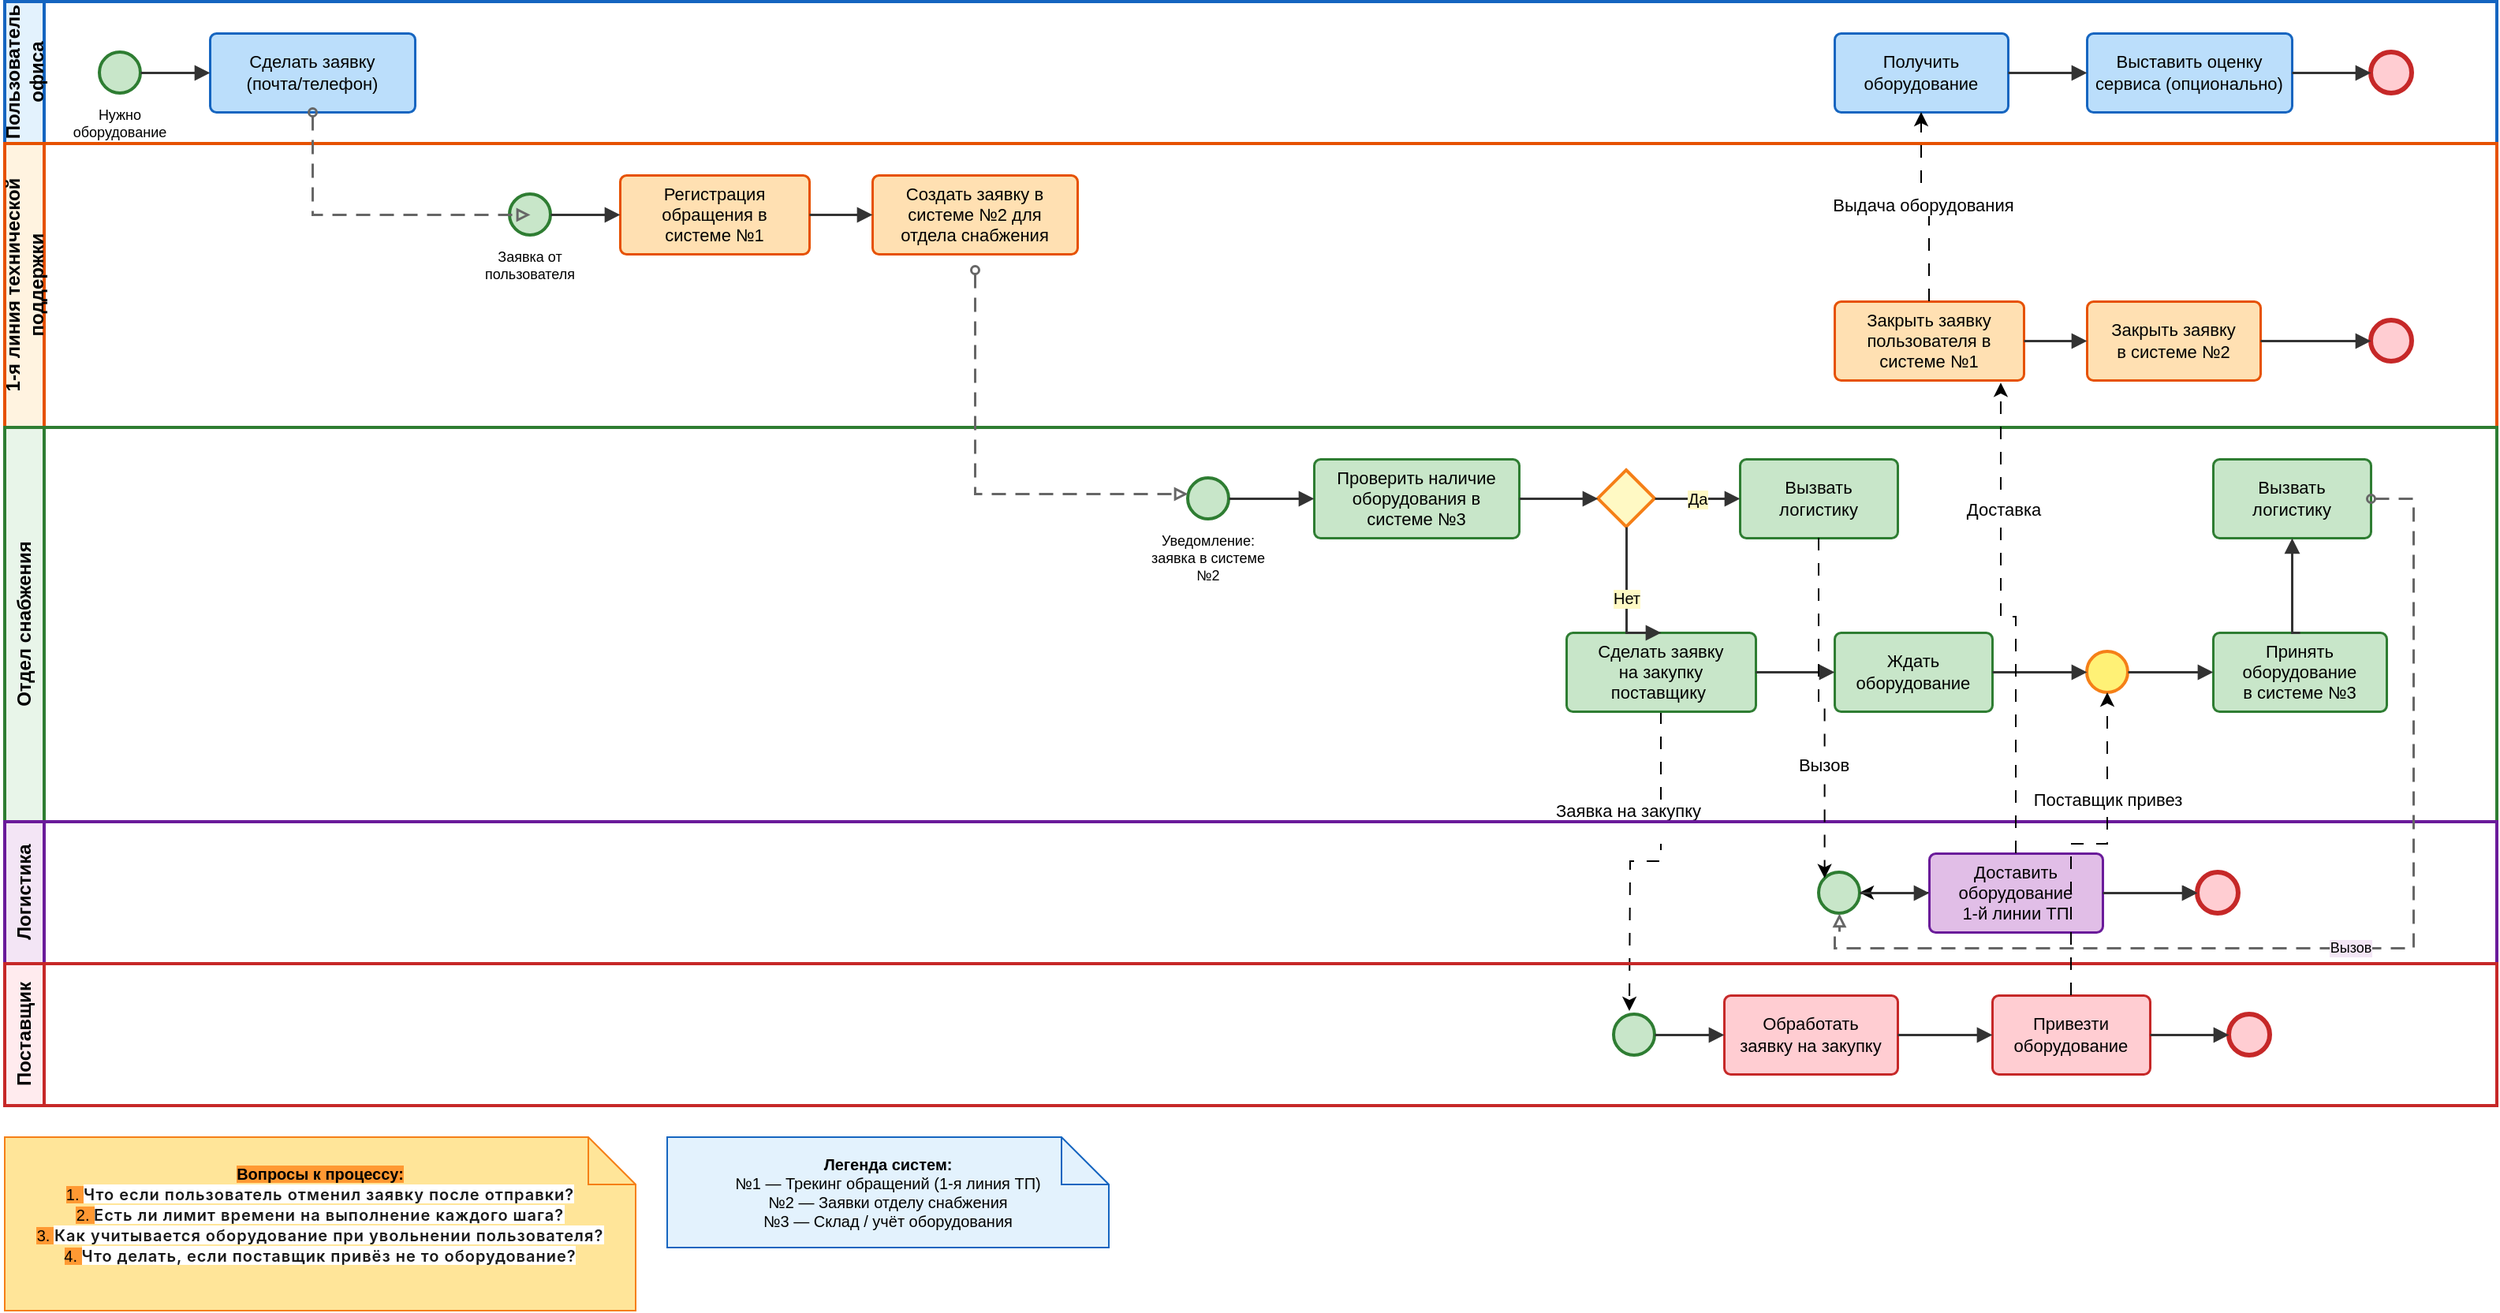
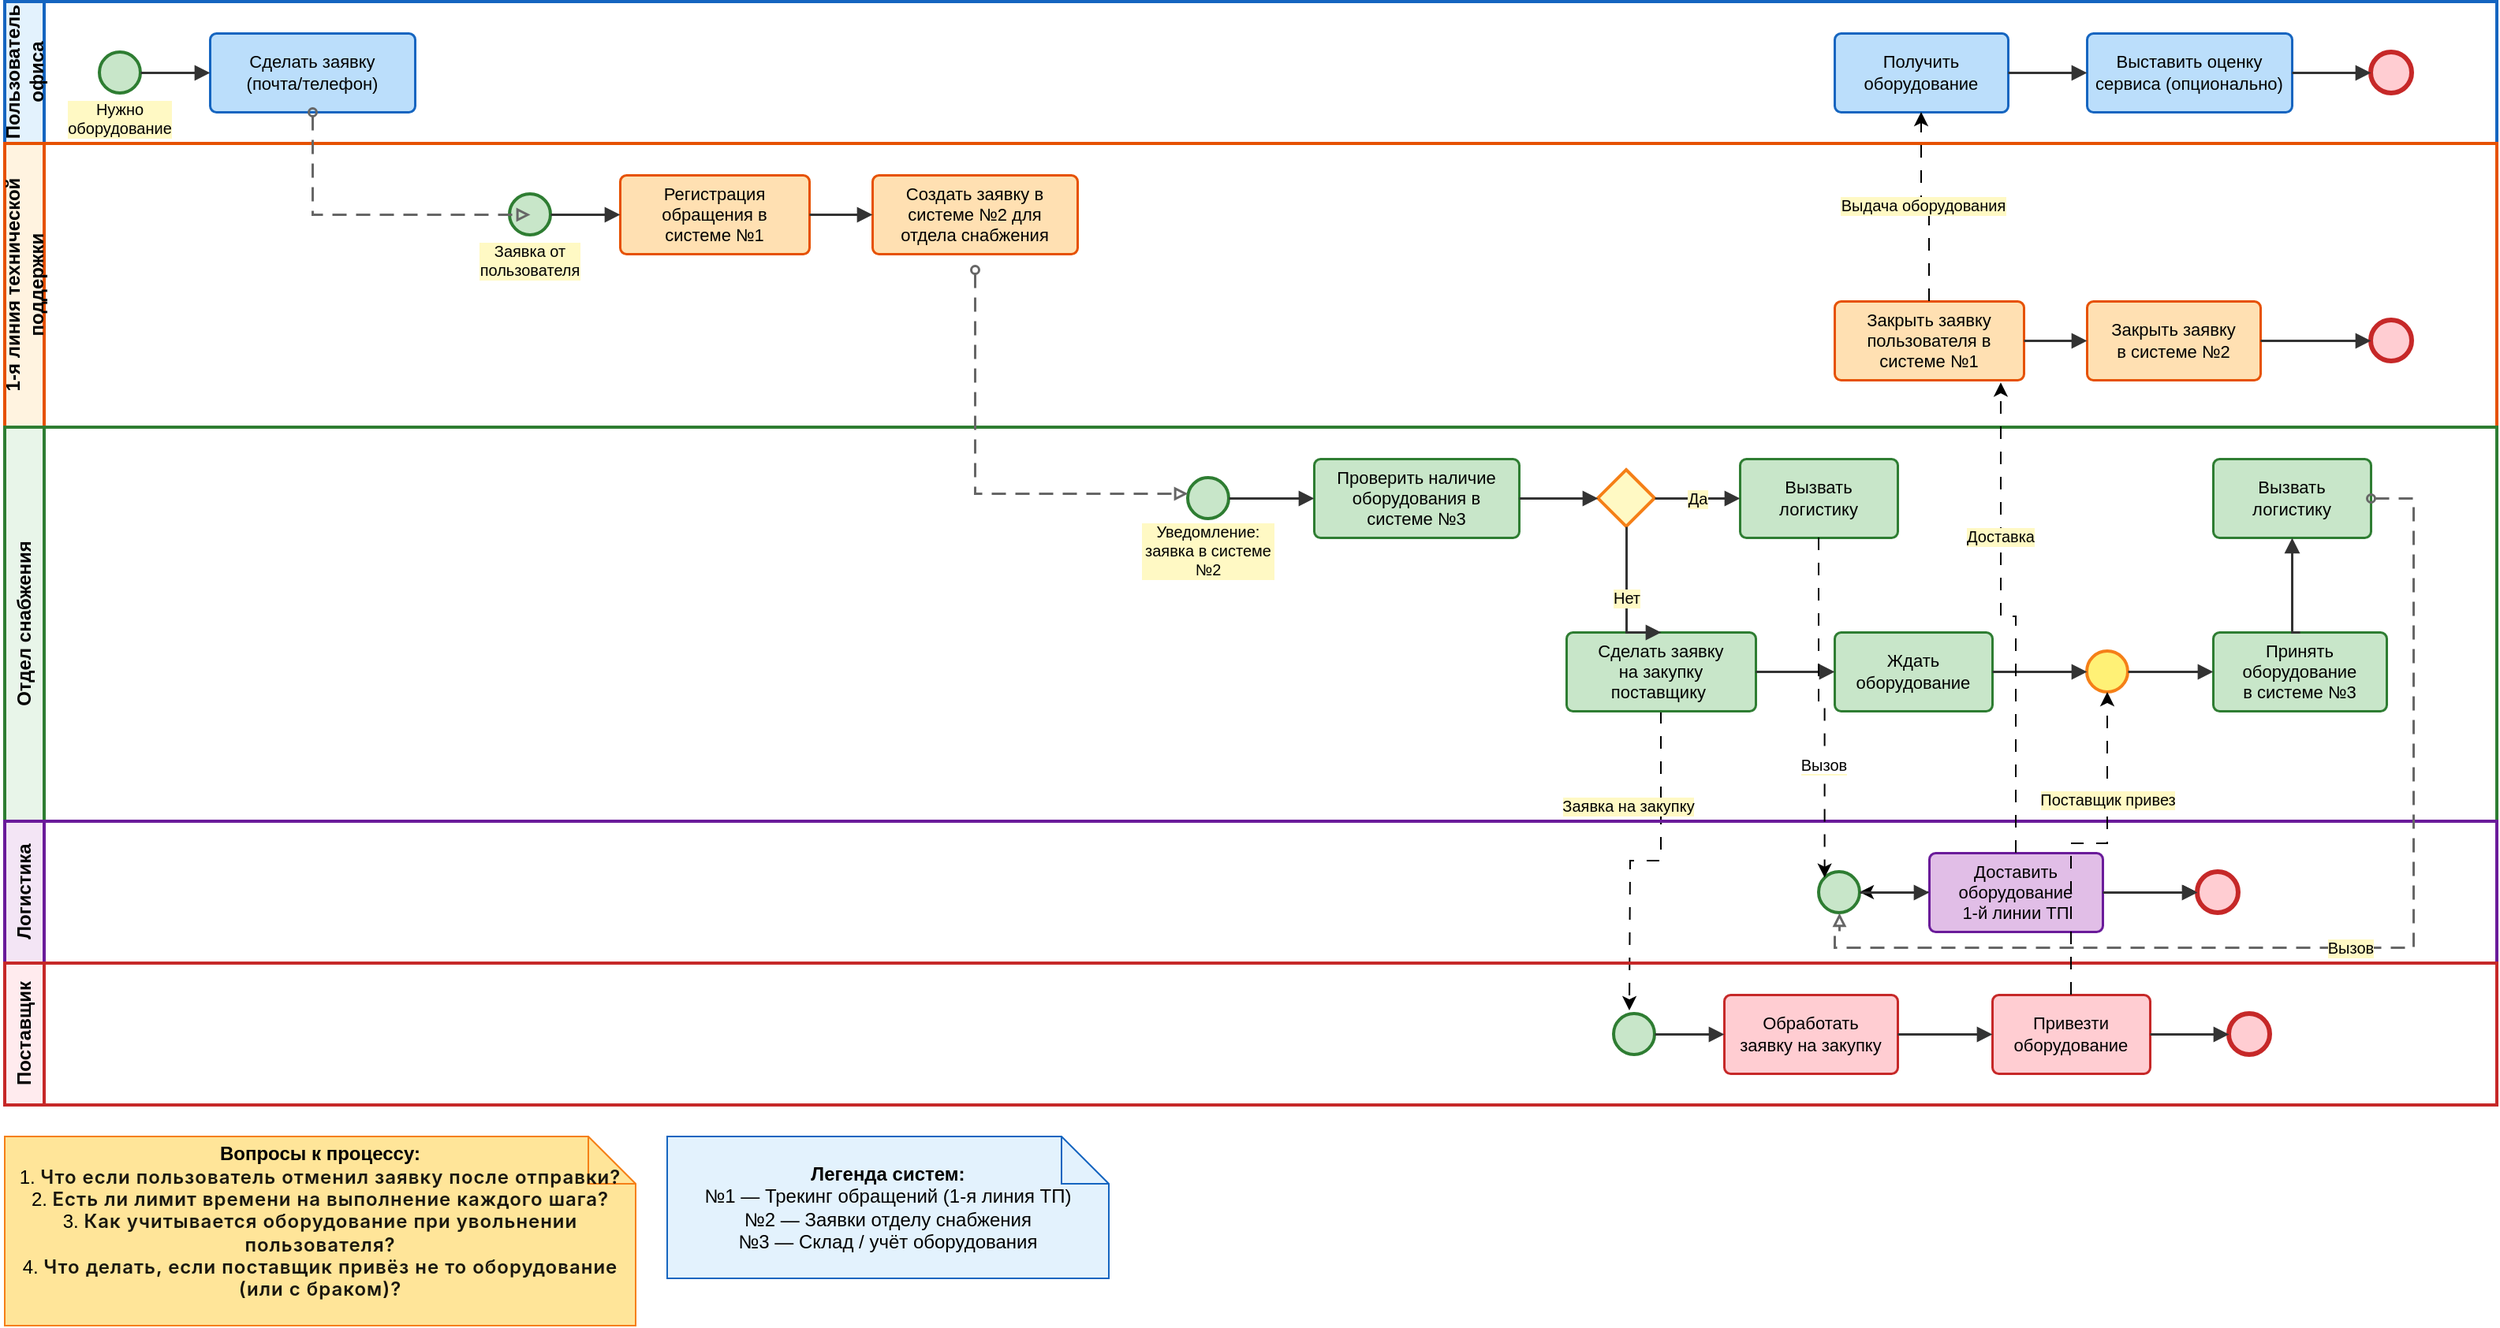
<mxfile host="app.diagrams.net" agent="Kimi">
  <diagram name="BPMN IT Equipment" id="it-equipment-bpmn">
    <mxGraphModel dx="1940" dy="875" grid="1" gridSize="10" guides="1" tooltips="1" connect="1" arrows="1" fold="1" page="1" pageScale="1" pageWidth="1700" pageHeight="1100" math="0" shadow="0">
      <root>
        <mxCell id="0" />
        <mxCell id="1" parent="0" />
        <mxCell id="pool-user" parent="1" style="swimlane;horizontal=0;startSize=25;swimlaneLine=1;collapsible=0;fontStyle=1;fillColor=#E3F2FD;strokeColor=#1565C0;strokeWidth=2;fontSize=12;whiteSpace=wrap;" value="Пользователь офиса" vertex="1">
          <mxGeometry height="90" width="1580" x="40" y="40" as="geometry" />
        </mxCell>
        <mxCell id="start-user" parent="pool-user" style="ellipse;whiteSpace=wrap;html=1;aspect=fixed;fillColor=#C8E6C9;strokeColor=#2E7D32;strokeWidth=2;" value="" vertex="1">
          <mxGeometry height="26" width="26" x="60" y="32" as="geometry" />
        </mxCell>
-         <mxCell id="lbl-start-user" parent="pool-user" style="text;html=1;strokeColor=none;fillColor=none;align=center;verticalAlign=top;whiteSpace=wrap;rounded=0;fontSize=9;" value="Нужно&#xa;оборудование" vertex="1">
+         <mxCell id="lbl-start-user" parent="pool-user" style="text;html=1;strokeColor=none;fillColor=none;align=center;verticalAlign=middle;whiteSpace=wrap;rounded=0;fontSize=10;fontFamily=Helvetica;fontColor=default;fontStyle=0;labelBackgroundColor=#FFF9C4;" value="Нужно&#xa;оборудование" vertex="1">
          <mxGeometry height="28" width="60" x="43" y="60" as="geometry" />
        </mxCell>
        <mxCell id="task-req" parent="pool-user" style="rounded=1;whiteSpace=wrap;html=1;arcSize=8;fillColor=#BBDEFB;strokeColor=#1565C0;strokeWidth=1.5;fontSize=11;" value="Сделать заявку&#xa;(почта/телефон)" vertex="1">
          <mxGeometry height="50" width="130" x="130" y="20" as="geometry" />
        </mxCell>
        <mxCell id="task-receive" parent="pool-user" style="rounded=1;whiteSpace=wrap;html=1;arcSize=8;fillColor=#BBDEFB;strokeColor=#1565C0;strokeWidth=1.5;fontSize=11;" value="Получить&#xa;оборудование" vertex="1">
          <mxGeometry height="50" width="110" x="1160" y="20" as="geometry" />
        </mxCell>
        <mxCell id="task-rate" parent="pool-user" style="rounded=1;whiteSpace=wrap;html=1;arcSize=8;fillColor=#BBDEFB;strokeColor=#1565C0;strokeWidth=1.5;fontSize=11;" value="Выставить оценку&#xa;сервиса (опционально)" vertex="1">
          <mxGeometry height="50" width="130" x="1320" y="20" as="geometry" />
        </mxCell>
        <mxCell id="end-user" parent="pool-user" style="ellipse;whiteSpace=wrap;html=1;aspect=fixed;fillColor=#FFCDD2;strokeColor=#C62828;strokeWidth=3;" value="" vertex="1">
          <mxGeometry height="26" width="26" x="1500" y="32" as="geometry" />
        </mxCell>
        <mxCell id="sf1" edge="1" parent="pool-user" source="start-user" style="edgeStyle=orthogonalEdgeStyle;rounded=0;orthogonalLoop=1;jettySize=auto;html=1;exitX=1;exitY=0.5;exitDx=0;exitDy=0;entryX=0;entryY=0.5;entryDx=0;entryDy=0;strokeColor=#333333;strokeWidth=1.5;endArrow=block;endFill=1;" target="task-req" value="">
          <mxGeometry relative="1" as="geometry" />
        </mxCell>
        <mxCell id="sf2" edge="1" parent="pool-user" source="task-receive" style="edgeStyle=orthogonalEdgeStyle;rounded=0;orthogonalLoop=1;jettySize=auto;html=1;exitX=1;exitY=0.5;exitDx=0;exitDy=0;entryX=0;entryY=0.5;entryDx=0;entryDy=0;strokeColor=#333333;strokeWidth=1.5;endArrow=block;endFill=1;" target="task-rate" value="">
          <mxGeometry relative="1" as="geometry" />
        </mxCell>
        <mxCell id="sf3" edge="1" parent="pool-user" source="task-rate" style="edgeStyle=orthogonalEdgeStyle;rounded=0;orthogonalLoop=1;jettySize=auto;html=1;exitX=1;exitY=0.5;exitDx=0;exitDy=0;entryX=0;entryY=0.5;entryDx=0;entryDy=0;strokeColor=#333333;strokeWidth=1.5;endArrow=block;endFill=1;" target="end-user" value="">
          <mxGeometry relative="1" as="geometry" />
        </mxCell>
        <mxCell id="pool-l1" parent="1" style="swimlane;horizontal=0;startSize=25;swimlaneLine=1;collapsible=0;fontStyle=1;fillColor=#FFF3E0;strokeColor=#E65100;strokeWidth=2;fontSize=12;whiteSpace=wrap;" value="1-я линия технической поддержки" vertex="1">
          <mxGeometry height="180" width="1580" x="40" y="130" as="geometry" />
        </mxCell>
        <mxCell id="start-l1" parent="pool-l1" style="ellipse;whiteSpace=wrap;html=1;aspect=fixed;fillColor=#C8E6C9;strokeColor=#2E7D32;strokeWidth=2;" value="" vertex="1">
          <mxGeometry height="26" width="26" x="320" y="32" as="geometry" />
        </mxCell>
-         <mxCell id="lbl-start-l1" parent="pool-l1" style="text;html=1;strokeColor=none;fillColor=none;align=center;verticalAlign=top;whiteSpace=wrap;rounded=0;fontSize=9;" value="Заявка от&#xa;пользователя" vertex="1">
+         <mxCell id="lbl-start-l1" parent="pool-l1" style="text;html=1;strokeColor=none;fillColor=none;align=center;verticalAlign=middle;whiteSpace=wrap;rounded=0;fontSize=10;fontFamily=Helvetica;fontColor=default;fontStyle=0;labelBackgroundColor=#FFF9C4;" value="Заявка от&#xa;пользователя" vertex="1">
          <mxGeometry height="28" width="60" x="303" y="60" as="geometry" />
        </mxCell>
        <mxCell id="task-ticket1" parent="pool-l1" style="rounded=1;whiteSpace=wrap;html=1;arcSize=8;fillColor=#FFE0B2;strokeColor=#E65100;strokeWidth=1.5;fontSize=11;" value="Регистрация&lt;br&gt;обращения в&lt;br&gt;системе №1" vertex="1">
          <mxGeometry height="50" width="120" x="390" y="20" as="geometry" />
        </mxCell>
        <mxCell id="task-create-req" parent="pool-l1" style="rounded=1;whiteSpace=wrap;html=1;arcSize=8;fillColor=#FFE0B2;strokeColor=#E65100;strokeWidth=1.5;fontSize=11;" value="Создать заявку в&#xa;системе №2 для&#xa;отдела снабжения" vertex="1">
          <mxGeometry height="50" width="130" x="550" y="20" as="geometry" />
        </mxCell>
        <mxCell id="task-close1" parent="pool-l1" style="rounded=1;whiteSpace=wrap;html=1;arcSize=8;fillColor=#FFE0B2;strokeColor=#E65100;strokeWidth=1.5;fontSize=11;" value="Закрыть заявку&#xa;пользователя в&#xa;системе №1" vertex="1">
          <mxGeometry height="50" width="120" x="1160" y="100" as="geometry" />
        </mxCell>
        <mxCell id="task-close2" parent="pool-l1" style="rounded=1;whiteSpace=wrap;html=1;arcSize=8;fillColor=#FFE0B2;strokeColor=#E65100;strokeWidth=1.5;fontSize=11;" value="Закрыть заявку&#xa;в системе №2" vertex="1">
          <mxGeometry height="50" width="110" x="1320" y="100" as="geometry" />
        </mxCell>
        <mxCell id="end-l1" parent="pool-l1" style="ellipse;whiteSpace=wrap;html=1;aspect=fixed;fillColor=#FFCDD2;strokeColor=#C62828;strokeWidth=3;" value="" vertex="1">
          <mxGeometry height="26" width="26" x="1500" y="112" as="geometry" />
        </mxCell>
        <mxCell id="sf4" edge="1" parent="pool-l1" source="start-l1" style="edgeStyle=orthogonalEdgeStyle;rounded=0;orthogonalLoop=1;jettySize=auto;html=1;exitX=1;exitY=0.5;exitDx=0;exitDy=0;entryX=0;entryY=0.5;entryDx=0;entryDy=0;strokeColor=#333333;strokeWidth=1.5;endArrow=block;endFill=1;" target="task-ticket1" value="">
          <mxGeometry relative="1" as="geometry" />
        </mxCell>
        <mxCell id="sf5" edge="1" parent="pool-l1" source="task-ticket1" style="edgeStyle=orthogonalEdgeStyle;rounded=0;orthogonalLoop=1;jettySize=auto;html=1;exitX=1;exitY=0.5;exitDx=0;exitDy=0;entryX=0;entryY=0.5;entryDx=0;entryDy=0;strokeColor=#333333;strokeWidth=1.5;endArrow=block;endFill=1;" target="task-create-req" value="">
          <mxGeometry relative="1" as="geometry" />
        </mxCell>
        <mxCell id="sf6" edge="1" parent="pool-l1" source="task-close1" style="edgeStyle=orthogonalEdgeStyle;rounded=0;orthogonalLoop=1;jettySize=auto;html=1;exitX=1;exitY=0.5;exitDx=0;exitDy=0;entryX=0;entryY=0.5;entryDx=0;entryDy=0;strokeColor=#333333;strokeWidth=1.5;endArrow=block;endFill=1;" target="task-close2" value="">
          <mxGeometry relative="1" as="geometry" />
        </mxCell>
        <mxCell id="sf7" edge="1" parent="pool-l1" source="task-close2" style="edgeStyle=orthogonalEdgeStyle;rounded=0;orthogonalLoop=1;jettySize=auto;html=1;exitX=1;exitY=0.5;exitDx=0;exitDy=0;entryX=0;entryY=0.5;entryDx=0;entryDy=0;strokeColor=#333333;strokeWidth=1.5;endArrow=block;endFill=1;" target="end-l1" value="">
          <mxGeometry relative="1" as="geometry" />
        </mxCell>
        <mxCell id="pool-supply" parent="1" style="swimlane;horizontal=0;startSize=25;swimlaneLine=1;collapsible=0;fontStyle=1;fillColor=#E8F5E9;strokeColor=#2E7D32;strokeWidth=2;fontSize=12;whiteSpace=wrap;" value="Отдел снабжения" vertex="1">
          <mxGeometry height="250" width="1580" x="40" y="310" as="geometry" />
        </mxCell>
        <mxCell id="start-supply" parent="pool-supply" style="ellipse;whiteSpace=wrap;html=1;aspect=fixed;fillColor=#C8E6C9;strokeColor=#2E7D32;strokeWidth=2;" value="" vertex="1">
          <mxGeometry height="26" width="26" x="750" y="32" as="geometry" />
        </mxCell>
-         <mxCell id="lbl-start-supply" parent="pool-supply" style="text;html=1;strokeColor=none;fillColor=none;align=center;verticalAlign=top;whiteSpace=wrap;rounded=0;fontSize=9;" value="Уведомление:&lt;br&gt;заявка в системе №2&lt;div&gt;&lt;br/&gt;&lt;/div&gt;" vertex="1">
+         <mxCell id="lbl-start-supply" parent="pool-supply" style="text;html=1;strokeColor=none;fillColor=none;align=center;verticalAlign=middle;whiteSpace=wrap;rounded=0;fontSize=10;fontFamily=Helvetica;fontColor=default;fontStyle=0;labelBackgroundColor=#FFF9C4;" value="Уведомление:&lt;br&gt;заявка в системе №2" vertex="1">
          <mxGeometry height="36" width="86" x="720" y="60" as="geometry" />
        </mxCell>
        <mxCell id="task-check" parent="pool-supply" style="rounded=1;whiteSpace=wrap;html=1;arcSize=8;fillColor=#C8E6C9;strokeColor=#2E7D32;strokeWidth=1.5;fontSize=11;" value="Проверить наличие&#xa;оборудования в&#xa;системе №3" vertex="1">
          <mxGeometry height="50" width="130" x="830" y="20" as="geometry" />
        </mxCell>
        <mxCell id="gateway-check" parent="pool-supply" style="rhombus;whiteSpace=wrap;html=1;fillColor=#FFF9C4;strokeColor=#F57F17;strokeWidth=2;" value="" vertex="1">
          <mxGeometry height="36" width="36" x="1010" y="27" as="geometry" />
        </mxCell>
        <mxCell id="task-call-log-yes" parent="pool-supply" style="rounded=1;whiteSpace=wrap;html=1;arcSize=8;fillColor=#C8E6C9;strokeColor=#2E7D32;strokeWidth=1.5;fontSize=11;" value="Вызвать&#xa;логистику" vertex="1">
          <mxGeometry height="50" width="100" x="1100" y="20" as="geometry" />
        </mxCell>
        <mxCell id="XbenKFMrG471u0wiNJ-_-17" edge="1" parent="pool-supply" source="task-order" style="edgeStyle=orthogonalEdgeStyle;rounded=0;orthogonalLoop=1;jettySize=auto;html=1;dashed=1;dashPattern=8 8;">
          <mxGeometry relative="1" as="geometry">
            <mxPoint x="1030.0000000000005" y="370" as="targetPoint" />
          </mxGeometry>
        </mxCell>
-         <mxCell id="XbenKFMrG471u0wiNJ-_-18" connectable="0" parent="XbenKFMrG471u0wiNJ-_-17" style="edgeLabel;html=1;align=center;verticalAlign=middle;resizable=0;points=[];fillColor=light-dark(transparent,#FFE599);" value="Заявка на закупку&lt;div&gt;&lt;br&gt;&lt;/div&gt;" vertex="1">
+         <mxCell id="XbenKFMrG471u0wiNJ-_-18" connectable="0" parent="XbenKFMrG471u0wiNJ-_-17" style="edgeLabel;html=1;align=center;verticalAlign=middle;resizable=0;points=[];fillColor=light-dark(transparent,#FFE599);fontFamily=Helvetica;fontSize=10;fontColor=default;fontStyle=0;labelBackgroundColor=#FFF9C4;" value="Заявка на закупку" vertex="1">
          <mxGeometry relative="1" x="-0.0059" y="-4" as="geometry">
-             <mxPoint x="-12" y="-21" as="offset" />
+             <mxPoint x="-12" y="-31" as="offset" />
          </mxGeometry>
        </mxCell>
        <mxCell id="task-order" parent="pool-supply" style="rounded=1;whiteSpace=wrap;html=1;arcSize=8;fillColor=#C8E6C9;strokeColor=#2E7D32;strokeWidth=1.5;fontSize=11;" value="Сделать заявку&lt;br&gt;на закупку&lt;br&gt;поставщику&amp;nbsp;" vertex="1">
          <mxGeometry height="50" width="120" x="990" y="130" as="geometry" />
        </mxCell>
        <mxCell id="task-wait" parent="pool-supply" style="rounded=1;whiteSpace=wrap;html=1;arcSize=8;fillColor=#C8E6C9;strokeColor=#2E7D32;strokeWidth=1.5;fontSize=11;" value="Ждать&#xa;оборудование" vertex="1">
          <mxGeometry height="50" width="100" x="1160" y="130" as="geometry" />
        </mxCell>
        <mxCell id="event-receive" parent="pool-supply" style="ellipse;whiteSpace=wrap;html=1;aspect=fixed;fillColor=#FFF176;strokeColor=#F57F17;strokeWidth=2;" value="" vertex="1">
          <mxGeometry height="26" width="26" x="1320" y="142" as="geometry" />
        </mxCell>
        <mxCell id="task-accept" parent="pool-supply" style="rounded=1;whiteSpace=wrap;html=1;arcSize=8;fillColor=#C8E6C9;strokeColor=#2E7D32;strokeWidth=1.5;fontSize=11;" value="Принять&#xa;оборудование&#xa;в системе №3" vertex="1">
          <mxGeometry height="50" width="110" x="1400" y="130" as="geometry" />
        </mxCell>
        <mxCell id="task-call-log-no" parent="pool-supply" style="rounded=1;whiteSpace=wrap;html=1;arcSize=8;fillColor=#C8E6C9;strokeColor=#2E7D32;strokeWidth=1.5;fontSize=11;" value="Вызвать&#xa;логистику" vertex="1">
          <mxGeometry height="50" width="100" x="1400" y="20" as="geometry" />
        </mxCell>
        <mxCell id="sf8" edge="1" parent="pool-supply" source="start-supply" style="edgeStyle=orthogonalEdgeStyle;rounded=0;orthogonalLoop=1;jettySize=auto;html=1;exitX=1;exitY=0.5;exitDx=0;exitDy=0;entryX=0;entryY=0.5;entryDx=0;entryDy=0;strokeColor=#333333;strokeWidth=1.5;endArrow=block;endFill=1;" target="task-check" value="">
          <mxGeometry relative="1" as="geometry" />
        </mxCell>
        <mxCell id="sf9" edge="1" parent="pool-supply" source="task-check" style="edgeStyle=orthogonalEdgeStyle;rounded=0;orthogonalLoop=1;jettySize=auto;html=1;exitX=1;exitY=0.5;exitDx=0;exitDy=0;entryX=0;entryY=0.5;entryDx=0;entryDy=0;strokeColor=#333333;strokeWidth=1.5;endArrow=block;endFill=1;" target="gateway-check" value="">
          <mxGeometry relative="1" as="geometry" />
        </mxCell>
        <mxCell id="sf10" edge="1" parent="pool-supply" source="gateway-check" style="edgeStyle=orthogonalEdgeStyle;rounded=0;orthogonalLoop=1;jettySize=auto;html=1;exitX=1;exitY=0.5;exitDx=0;exitDy=0;entryX=0;entryY=0.5;entryDx=0;entryDy=0;strokeColor=#333333;strokeWidth=1.5;endArrow=block;endFill=1;labelBackgroundColor=#FFF9C4;fontSize=10;" target="task-call-log-yes" value="Да">
          <mxGeometry relative="1" as="geometry" />
        </mxCell>
        <mxCell id="sf11" edge="1" parent="pool-supply" source="gateway-check" style="edgeStyle=orthogonalEdgeStyle;rounded=0;orthogonalLoop=1;jettySize=auto;html=1;exitX=0.5;exitY=1;exitDx=0;exitDy=0;entryX=0.5;entryY=0;entryDx=0;entryDy=0;strokeColor=#333333;strokeWidth=1.5;endArrow=block;endFill=1;labelBackgroundColor=#FFF9C4;fontSize=10;" target="task-order" value="Нет">
          <mxGeometry relative="1" as="geometry">
            <Array as="points">
              <mxPoint x="1028" y="130" />
            </Array>
          </mxGeometry>
        </mxCell>
        <mxCell id="sf12" edge="1" parent="pool-supply" source="task-order" style="edgeStyle=orthogonalEdgeStyle;rounded=0;orthogonalLoop=1;jettySize=auto;html=1;exitX=1;exitY=0.5;exitDx=0;exitDy=0;entryX=0;entryY=0.5;entryDx=0;entryDy=0;strokeColor=#333333;strokeWidth=1.5;endArrow=block;endFill=1;" target="task-wait" value="">
          <mxGeometry relative="1" as="geometry" />
        </mxCell>
        <mxCell id="sf13" edge="1" parent="pool-supply" source="task-wait" style="edgeStyle=orthogonalEdgeStyle;rounded=0;orthogonalLoop=1;jettySize=auto;html=1;exitX=1;exitY=0.5;exitDx=0;exitDy=0;entryX=0;entryY=0.5;entryDx=0;entryDy=0;strokeColor=#333333;strokeWidth=1.5;endArrow=block;endFill=1;" target="event-receive" value="">
          <mxGeometry relative="1" as="geometry" />
        </mxCell>
        <mxCell id="sf14" edge="1" parent="pool-supply" source="event-receive" style="edgeStyle=orthogonalEdgeStyle;rounded=0;orthogonalLoop=1;jettySize=auto;html=1;exitX=1;exitY=0.5;exitDx=0;exitDy=0;entryX=0;entryY=0.5;entryDx=0;entryDy=0;strokeColor=#333333;strokeWidth=1.5;endArrow=block;endFill=1;" target="task-accept" value="">
          <mxGeometry relative="1" as="geometry" />
        </mxCell>
        <mxCell id="sf15" edge="1" parent="pool-supply" source="task-accept" style="edgeStyle=orthogonalEdgeStyle;rounded=0;orthogonalLoop=1;jettySize=auto;html=1;exitX=0.5;exitY=0;exitDx=0;exitDy=0;entryX=0.5;entryY=1;entryDx=0;entryDy=0;strokeColor=#333333;strokeWidth=1.5;endArrow=block;endFill=1;" target="task-call-log-no" value="">
          <mxGeometry relative="1" as="geometry">
            <Array as="points">
              <mxPoint x="1450" y="130" />
            </Array>
          </mxGeometry>
        </mxCell>
        <mxCell id="mf2" edge="1" parent="pool-supply" style="edgeStyle=orthogonalEdgeStyle;rounded=0;orthogonalLoop=1;jettySize=auto;html=1;exitX=0.5;exitY=1;exitDx=0;exitDy=0;strokeColor=#666666;strokeWidth=1.5;dashed=1;dashPattern=6 4;startArrow=oval;startFill=0;startSize=5;endArrow=block;endFill=0;endSize=5;" value="">
          <mxGeometry relative="1" as="geometry">
            <Array as="points">
              <mxPoint x="615" y="42" />
            </Array>
            <mxPoint x="615" y="-100" as="sourcePoint" />
            <mxPoint x="750" y="42" as="targetPoint" />
          </mxGeometry>
        </mxCell>
        <mxCell id="pool-log" parent="1" style="swimlane;horizontal=0;startSize=25;swimlaneLine=1;collapsible=0;fontStyle=1;fillColor=#F3E5F5;strokeColor=#6A1B9A;strokeWidth=2;fontSize=12;whiteSpace=wrap;" value="Логистика" vertex="1">
          <mxGeometry height="90" width="1580" x="40" y="560" as="geometry" />
        </mxCell>
        <mxCell id="start-log" parent="pool-log" style="ellipse;whiteSpace=wrap;html=1;aspect=fixed;fillColor=#C8E6C9;strokeColor=#2E7D32;strokeWidth=2;" value="" vertex="1">
          <mxGeometry height="26" width="26" x="1150" y="32" as="geometry" />
        </mxCell>
        <mxCell id="XbenKFMrG471u0wiNJ-_-22" edge="1" parent="pool-log" source="task-deliver" style="edgeStyle=orthogonalEdgeStyle;rounded=0;orthogonalLoop=1;jettySize=auto;html=1;" target="start-log" value="">
          <mxGeometry relative="1" as="geometry" />
        </mxCell>
        <mxCell id="XbenKFMrG471u0wiNJ-_-23" edge="1" parent="pool-log" source="task-deliver" style="edgeStyle=orthogonalEdgeStyle;rounded=0;orthogonalLoop=1;jettySize=auto;html=1;" target="end-log" value="">
          <mxGeometry relative="1" as="geometry" />
        </mxCell>
        <mxCell id="task-deliver" parent="pool-log" style="rounded=1;whiteSpace=wrap;html=1;arcSize=8;fillColor=#E1BEE7;strokeColor=#6A1B9A;strokeWidth=1.5;fontSize=11;" value="Доставить&#xa;оборудование&#xa;1-й линии ТП" vertex="1">
          <mxGeometry height="50" width="110" x="1220" y="20" as="geometry" />
        </mxCell>
        <mxCell id="end-log" parent="pool-log" style="ellipse;whiteSpace=wrap;html=1;aspect=fixed;fillColor=#FFCDD2;strokeColor=#C62828;strokeWidth=3;" value="" vertex="1">
          <mxGeometry height="26" width="26" x="1390" y="32" as="geometry" />
        </mxCell>
        <mxCell id="sf16" edge="1" parent="pool-log" source="start-log" style="edgeStyle=orthogonalEdgeStyle;rounded=0;orthogonalLoop=1;jettySize=auto;html=1;exitX=1;exitY=0.5;exitDx=0;exitDy=0;entryX=0;entryY=0.5;entryDx=0;entryDy=0;strokeColor=#333333;strokeWidth=1.5;endArrow=block;endFill=1;" target="task-deliver" value="">
          <mxGeometry relative="1" as="geometry" />
        </mxCell>
        <mxCell id="sf17" edge="1" parent="pool-log" source="task-deliver" style="edgeStyle=orthogonalEdgeStyle;rounded=0;orthogonalLoop=1;jettySize=auto;html=1;exitX=1;exitY=0.5;exitDx=0;exitDy=0;entryX=0;entryY=0.5;entryDx=0;entryDy=0;strokeColor=#333333;strokeWidth=1.5;endArrow=block;endFill=1;" target="end-log" value="">
          <mxGeometry relative="1" as="geometry" />
        </mxCell>
        <mxCell id="pool-vendor" parent="1" style="swimlane;horizontal=0;startSize=25;swimlaneLine=1;collapsible=0;fontStyle=1;fillColor=#FFEBEE;strokeColor=#C62828;strokeWidth=2;fontSize=12;whiteSpace=wrap;" value="Поставщик" vertex="1">
          <mxGeometry height="90" width="1580" x="40" y="650" as="geometry" />
        </mxCell>
        <mxCell id="start-vendor" parent="pool-vendor" style="ellipse;whiteSpace=wrap;html=1;aspect=fixed;fillColor=#C8E6C9;strokeColor=#2E7D32;strokeWidth=2;" value="" vertex="1">
          <mxGeometry height="26" width="26" x="1020" y="32" as="geometry" />
        </mxCell>
        <mxCell id="task-process" parent="pool-vendor" style="rounded=1;whiteSpace=wrap;html=1;arcSize=8;fillColor=#FFCDD2;strokeColor=#C62828;strokeWidth=1.5;fontSize=11;" value="Обработать&#xa;заявку на закупку" vertex="1">
          <mxGeometry height="50" width="110" x="1090" y="20" as="geometry" />
        </mxCell>
        <mxCell id="task-ship" parent="pool-vendor" style="rounded=1;whiteSpace=wrap;html=1;arcSize=8;fillColor=#FFCDD2;strokeColor=#C62828;strokeWidth=1.5;fontSize=11;" value="Привезти&#xa;оборудование" vertex="1">
          <mxGeometry height="50" width="100" x="1260" y="20" as="geometry" />
        </mxCell>
        <mxCell id="end-vendor" parent="pool-vendor" style="ellipse;whiteSpace=wrap;html=1;aspect=fixed;fillColor=#FFCDD2;strokeColor=#C62828;strokeWidth=3;" value="" vertex="1">
          <mxGeometry height="26" width="26" x="1410" y="32" as="geometry" />
        </mxCell>
        <mxCell id="sf18" edge="1" parent="pool-vendor" source="start-vendor" style="edgeStyle=orthogonalEdgeStyle;rounded=0;orthogonalLoop=1;jettySize=auto;html=1;exitX=1;exitY=0.5;exitDx=0;exitDy=0;entryX=0;entryY=0.5;entryDx=0;entryDy=0;strokeColor=#333333;strokeWidth=1.5;endArrow=block;endFill=1;" target="task-process" value="">
          <mxGeometry relative="1" as="geometry" />
        </mxCell>
        <mxCell id="sf19" edge="1" parent="pool-vendor" source="task-process" style="edgeStyle=orthogonalEdgeStyle;rounded=0;orthogonalLoop=1;jettySize=auto;html=1;exitX=1;exitY=0.5;exitDx=0;exitDy=0;entryX=0;entryY=0.5;entryDx=0;entryDy=0;strokeColor=#333333;strokeWidth=1.5;endArrow=block;endFill=1;" target="task-ship" value="">
          <mxGeometry relative="1" as="geometry" />
        </mxCell>
        <mxCell id="sf20" edge="1" parent="pool-vendor" source="task-ship" style="edgeStyle=orthogonalEdgeStyle;rounded=0;orthogonalLoop=1;jettySize=auto;html=1;exitX=1;exitY=0.5;exitDx=0;exitDy=0;entryX=0;entryY=0.5;entryDx=0;entryDy=0;strokeColor=#333333;strokeWidth=1.5;endArrow=block;endFill=1;" target="end-vendor" value="">
          <mxGeometry relative="1" as="geometry" />
        </mxCell>
        <mxCell id="mf1" edge="1" parent="1" source="task-req" style="edgeStyle=orthogonalEdgeStyle;rounded=0;orthogonalLoop=1;jettySize=auto;html=1;exitX=0.5;exitY=1;exitDx=0;exitDy=0;strokeColor=#666666;strokeWidth=1.5;dashed=1;dashPattern=6 4;startArrow=oval;startFill=0;startSize=5;endArrow=block;endFill=0;endSize=5;" value="">
          <mxGeometry relative="1" as="geometry">
            <Array as="points">
              <mxPoint x="235" y="175" />
            </Array>
            <mxPoint x="373" y="175" as="targetPoint" />
          </mxGeometry>
        </mxCell>
-         <mxCell id="note1" parent="1" style="shape=note;whiteSpace=wrap;html=1;backgroundOutline=1;fillColor=light-dark(#FFE599,#FFE599);strokeColor=#F57F17;fontSize=10;" value="&lt;span style=&quot;background-color: rgb(255, 153, 51);&quot;&gt;&lt;b&gt;Вопросы к процессу:&lt;/b&gt;&lt;br&gt;1.&amp;nbsp;&lt;font style=&quot;font-size: 10px;&quot;&gt;&lt;span data-v-46d91a25=&quot;&quot; class=&quot;&quot; style=&quot;scrollbar-color: rgba(0, 0, 0, 0.25) rgba(0, 0, 0, 0); font-family: -apple-system, BlinkMacSystemFont, &amp;quot;Segoe UI&amp;quot;, system-ui, Roboto, &amp;quot;Noto Sans&amp;quot;, Ubuntu, Cantarell, &amp;quot;Helvetica Neue&amp;quot;, sans-serif, Arial, &amp;quot;PingFang SC&amp;quot;, &amp;quot;Source Han Sans SC&amp;quot;, &amp;quot;Microsoft YaHei UI&amp;quot;, &amp;quot;Microsoft YaHei&amp;quot;, &amp;quot;Noto Sans CJK SC&amp;quot;; font-variant-numeric: inherit; font-variant-east-asian: inherit; font-variant-alternates: inherit; font-variant-position: inherit; font-variant-emoji: inherit; font-weight: 600; font-stretch: inherit; line-height: inherit; font-optical-sizing: inherit; font-size-adjust: inherit; font-kerning: inherit; font-feature-settings: inherit; font-variation-settings: inherit; font-language-override: inherit; vertical-align: baseline; border: 0px; margin: 0px; padding: 0px; color: rgba(0, 0, 0, 0.9); letter-spacing: 0.5px; text-align: left; white-space: pre-wrap; background-color: rgb(255, 255, 255);&quot;&gt;Что если пользователь отменил заявку после отправки?&lt;/span&gt;&lt;br&gt;2.&amp;nbsp;&lt;/font&gt;&lt;span data-v-46d91a25=&quot;&quot; style=&quot;scrollbar-color: rgba(0, 0, 0, 0.25) rgba(0, 0, 0, 0); font-family: -apple-system, BlinkMacSystemFont, &amp;quot;Segoe UI&amp;quot;, system-ui, Roboto, &amp;quot;Noto Sans&amp;quot;, Ubuntu, Cantarell, &amp;quot;Helvetica Neue&amp;quot;, sans-serif, Arial, &amp;quot;PingFang SC&amp;quot;, &amp;quot;Source Han Sans SC&amp;quot;, &amp;quot;Microsoft YaHei UI&amp;quot;, &amp;quot;Microsoft YaHei&amp;quot;, &amp;quot;Noto Sans CJK SC&amp;quot;; font-variant-numeric: inherit; font-variant-east-asian: inherit; font-variant-alternates: inherit; font-variant-position: inherit; font-variant-emoji: inherit; font-weight: 600; font-stretch: inherit; line-height: inherit; font-optical-sizing: inherit; font-size-adjust: inherit; font-kerning: inherit; font-feature-settings: inherit; font-variation-settings: inherit; font-language-override: inherit; vertical-align: baseline; border: 0px; margin: 0px; padding: 0px; color: rgba(0, 0, 0, 0.9); letter-spacing: 0.5px; text-align: left; white-space: pre-wrap; background-color: rgb(255, 255, 255);&quot;&gt;&lt;font style=&quot;font-size: 10px;&quot;&gt;Есть ли лимит времени на выполнение каждого шага?&lt;/font&gt;&lt;/span&gt;&lt;br&gt;3.&amp;nbsp;&lt;span data-v-46d91a25=&quot;&quot; class=&quot;&quot; style=&quot;scrollbar-color: rgba(0, 0, 0, 0.25) rgba(0, 0, 0, 0); font-family: -apple-system, BlinkMacSystemFont, &amp;quot;Segoe UI&amp;quot;, system-ui, Roboto, &amp;quot;Noto Sans&amp;quot;, Ubuntu, Cantarell, &amp;quot;Helvetica Neue&amp;quot;, sans-serif, Arial, &amp;quot;PingFang SC&amp;quot;, &amp;quot;Source Han Sans SC&amp;quot;, &amp;quot;Microsoft YaHei UI&amp;quot;, &amp;quot;Microsoft YaHei&amp;quot;, &amp;quot;Noto Sans CJK SC&amp;quot;; font-variant-numeric: inherit; font-variant-east-asian: inherit; font-variant-alternates: inherit; font-variant-position: inherit; font-variant-emoji: inherit; font-weight: 600; font-stretch: inherit; line-height: inherit; font-optical-sizing: inherit; font-size-adjust: inherit; font-kerning: inherit; font-feature-settings: inherit; font-variation-settings: inherit; font-language-override: inherit; vertical-align: baseline; border: 0px; margin: 0px; padding: 0px; color: rgba(0, 0, 0, 0.9); letter-spacing: 0.5px; text-align: left; white-space: pre-wrap; background-color: rgb(255, 255, 255);&quot;&gt;&lt;font style=&quot;font-size: 10px;&quot;&gt;Как учитывается оборудование при увольнении пользователя?&lt;/font&gt;&lt;/span&gt;&lt;br&gt;4.&amp;nbsp;&lt;span data-v-46d91a25=&quot;&quot; class=&quot;&quot; style=&quot;scrollbar-color: rgba(0, 0, 0, 0.25) rgba(0, 0, 0, 0); font-family: -apple-system, BlinkMacSystemFont, &amp;quot;Segoe UI&amp;quot;, system-ui, Roboto, &amp;quot;Noto Sans&amp;quot;, Ubuntu, Cantarell, &amp;quot;Helvetica Neue&amp;quot;, sans-serif, Arial, &amp;quot;PingFang SC&amp;quot;, &amp;quot;Source Han Sans SC&amp;quot;, &amp;quot;Microsoft YaHei UI&amp;quot;, &amp;quot;Microsoft YaHei&amp;quot;, &amp;quot;Noto Sans CJK SC&amp;quot;; font-variant-numeric: inherit; font-variant-east-asian: inherit; font-variant-alternates: inherit; font-variant-position: inherit; font-variant-emoji: inherit; font-weight: 600; font-stretch: inherit; line-height: inherit; font-optical-sizing: inherit; font-size-adjust: inherit; font-kerning: inherit; font-feature-settings: inherit; font-variation-settings: inherit; font-language-override: inherit; vertical-align: baseline; border: 0px; margin: 0px; padding: 0px; color: rgba(0, 0, 0, 0.9); letter-spacing: 0.5px; text-align: left; white-space: pre-wrap; background-color: rgb(255, 255, 255);&quot;&gt;&lt;font style=&quot;font-size: 10px;&quot;&gt;Что делать, если поставщик привёз не то оборудование?&lt;/font&gt;&lt;/span&gt;&lt;/span&gt;&lt;div&gt;&lt;br&gt;&lt;/div&gt;" vertex="1">
-           <mxGeometry height="110" width="400" x="40" y="760" as="geometry" />
-         </mxCell>
-         <mxCell id="note2" parent="1" style="shape=note;whiteSpace=wrap;html=1;backgroundOutline=1;fillColor=#E3F2FD;strokeColor=#1565C0;fontSize=10;" value="&lt;b&gt;Легенда систем:&lt;/b&gt;&lt;br&gt;№1 — Трекинг обращений (1-я линия ТП)&lt;br&gt;№2 — Заявки отделу снабжения&lt;br&gt;№3 — Склад / учёт оборудования" vertex="1">
-           <mxGeometry height="70" width="280" x="460" y="760" as="geometry" />
+         <mxCell id="note1" parent="1" style="shape=note;whiteSpace=wrap;html=1;backgroundOutline=1;fillColor=light-dark(#FFE599,#FFCCCC);strokeColor=#F57F17;fontSize=10;labelBackgroundColor=none;" value="&lt;span style=&quot;&quot;&gt;&lt;font style=&quot;font-size: 12px;&quot;&gt;&lt;b style=&quot;&quot;&gt;Вопросы к процессу:&lt;/b&gt;&lt;br&gt;1.&amp;nbsp;&lt;font style=&quot;&quot;&gt;&lt;span data-v-46d91a25=&quot;&quot; class=&quot;&quot; style=&quot;scrollbar-color: rgba(0, 0, 0, 0.25) rgba(0, 0, 0, 0); font-family: -apple-system, BlinkMacSystemFont, &amp;quot;Segoe UI&amp;quot;, system-ui, Roboto, &amp;quot;Noto Sans&amp;quot;, Ubuntu, Cantarell, &amp;quot;Helvetica Neue&amp;quot;, sans-serif, Arial, &amp;quot;PingFang SC&amp;quot;, &amp;quot;Source Han Sans SC&amp;quot;, &amp;quot;Microsoft YaHei UI&amp;quot;, &amp;quot;Microsoft YaHei&amp;quot;, &amp;quot;Noto Sans CJK SC&amp;quot;; font-variant-numeric: inherit; font-variant-east-asian: inherit; font-variant-alternates: inherit; font-variant-position: inherit; font-variant-emoji: inherit; font-weight: 600; font-stretch: inherit; line-height: inherit; font-optical-sizing: inherit; font-size-adjust: inherit; font-kerning: inherit; font-feature-settings: inherit; font-variation-settings: inherit; font-language-override: inherit; vertical-align: baseline; border: 0px; margin: 0px; padding: 0px; color: rgba(0, 0, 0, 0.9); letter-spacing: 0.5px; text-align: left; white-space: pre-wrap;&quot;&gt;Что если пользователь отменил заявку после отправки?&lt;/span&gt;&lt;br&gt;2.&amp;nbsp;&lt;/font&gt;&lt;span data-v-46d91a25=&quot;&quot; style=&quot;scrollbar-color: rgba(0, 0, 0, 0.25) rgba(0, 0, 0, 0); font-family: -apple-system, BlinkMacSystemFont, &amp;quot;Segoe UI&amp;quot;, system-ui, Roboto, &amp;quot;Noto Sans&amp;quot;, Ubuntu, Cantarell, &amp;quot;Helvetica Neue&amp;quot;, sans-serif, Arial, &amp;quot;PingFang SC&amp;quot;, &amp;quot;Source Han Sans SC&amp;quot;, &amp;quot;Microsoft YaHei UI&amp;quot;, &amp;quot;Microsoft YaHei&amp;quot;, &amp;quot;Noto Sans CJK SC&amp;quot;; font-variant-numeric: inherit; font-variant-east-asian: inherit; font-variant-alternates: inherit; font-variant-position: inherit; font-variant-emoji: inherit; font-weight: 600; font-stretch: inherit; line-height: inherit; font-optical-sizing: inherit; font-size-adjust: inherit; font-kerning: inherit; font-feature-settings: inherit; font-variation-settings: inherit; font-language-override: inherit; vertical-align: baseline; border: 0px; margin: 0px; padding: 0px; color: rgba(0, 0, 0, 0.9); letter-spacing: 0.5px; text-align: left; white-space: pre-wrap;&quot;&gt;&lt;font style=&quot;&quot;&gt;Есть ли лимит времени на выполнение каждого шага?&lt;/font&gt;&lt;/span&gt;&lt;br&gt;3.&amp;nbsp;&lt;span data-v-46d91a25=&quot;&quot; class=&quot;&quot; style=&quot;scrollbar-color: rgba(0, 0, 0, 0.25) rgba(0, 0, 0, 0); font-family: -apple-system, BlinkMacSystemFont, &amp;quot;Segoe UI&amp;quot;, system-ui, Roboto, &amp;quot;Noto Sans&amp;quot;, Ubuntu, Cantarell, &amp;quot;Helvetica Neue&amp;quot;, sans-serif, Arial, &amp;quot;PingFang SC&amp;quot;, &amp;quot;Source Han Sans SC&amp;quot;, &amp;quot;Microsoft YaHei UI&amp;quot;, &amp;quot;Microsoft YaHei&amp;quot;, &amp;quot;Noto Sans CJK SC&amp;quot;; font-variant-numeric: inherit; font-variant-east-asian: inherit; font-variant-alternates: inherit; font-variant-position: inherit; font-variant-emoji: inherit; font-weight: 600; font-stretch: inherit; line-height: inherit; font-optical-sizing: inherit; font-size-adjust: inherit; font-kerning: inherit; font-feature-settings: inherit; font-variation-settings: inherit; font-language-override: inherit; vertical-align: baseline; border: 0px; margin: 0px; padding: 0px; color: rgba(0, 0, 0, 0.9); letter-spacing: 0.5px; text-align: left; white-space: pre-wrap;&quot;&gt;&lt;font style=&quot;&quot;&gt;Как учитывается оборудование при увольнении пользователя?&lt;/font&gt;&lt;/span&gt;&lt;br&gt;4.&amp;nbsp;&lt;span data-v-46d91a25=&quot;&quot; class=&quot;&quot; style=&quot;scrollbar-color: rgba(0, 0, 0, 0.25) rgba(0, 0, 0, 0); font-family: -apple-system, BlinkMacSystemFont, &amp;quot;Segoe UI&amp;quot;, system-ui, Roboto, &amp;quot;Noto Sans&amp;quot;, Ubuntu, Cantarell, &amp;quot;Helvetica Neue&amp;quot;, sans-serif, Arial, &amp;quot;PingFang SC&amp;quot;, &amp;quot;Source Han Sans SC&amp;quot;, &amp;quot;Microsoft YaHei UI&amp;quot;, &amp;quot;Microsoft YaHei&amp;quot;, &amp;quot;Noto Sans CJK SC&amp;quot;; font-variant-numeric: inherit; font-variant-east-asian: inherit; font-variant-alternates: inherit; font-variant-position: inherit; font-variant-emoji: inherit; font-weight: 600; font-stretch: inherit; line-height: inherit; font-optical-sizing: inherit; font-size-adjust: inherit; font-kerning: inherit; font-feature-settings: inherit; font-variation-settings: inherit; font-language-override: inherit; vertical-align: baseline; border: 0px; margin: 0px; padding: 0px; color: rgba(0, 0, 0, 0.9); letter-spacing: 0.5px; text-align: left; white-space: pre-wrap;&quot;&gt;&lt;font style=&quot;&quot;&gt;Что делать, если поставщик привёз не то оборудование (или с браком)?&lt;/font&gt;&lt;/span&gt;&lt;/font&gt;&lt;/span&gt;&lt;div&gt;&lt;br&gt;&lt;/div&gt;" vertex="1">
+           <mxGeometry height="120" width="400" x="40" y="760" as="geometry" />
+         </mxCell>
+         <mxCell id="note2" parent="1" style="shape=note;whiteSpace=wrap;html=1;backgroundOutline=1;fillColor=#E3F2FD;strokeColor=#1565C0;fontSize=10;" value="&lt;font style=&quot;font-size: 12px;&quot;&gt;&lt;b&gt;Легенда систем:&lt;/b&gt;&lt;br&gt;№1 — Трекинг обращений (1-я линия ТП)&lt;br&gt;№2 — Заявки отделу снабжения&lt;br&gt;№3 — Склад / учёт оборудования&lt;/font&gt;" vertex="1">
+           <mxGeometry height="90" width="280" x="460" y="760" as="geometry" />
        </mxCell>
        <mxCell id="XbenKFMrG471u0wiNJ-_-9" edge="1" parent="1" source="task-call-log-yes" style="edgeStyle=orthogonalEdgeStyle;rounded=0;orthogonalLoop=1;jettySize=auto;html=1;exitX=0.5;exitY=1;exitDx=0;exitDy=0;entryX=0;entryY=0;entryDx=0;entryDy=0;dashed=1;dashPattern=8 8;" target="start-log">
          <mxGeometry relative="1" as="geometry" />
        </mxCell>
-         <mxCell id="XbenKFMrG471u0wiNJ-_-14" connectable="0" parent="XbenKFMrG471u0wiNJ-_-9" style="edgeLabel;html=1;align=center;verticalAlign=middle;resizable=0;points=[];" value="Вызов" vertex="1">
+         <mxCell id="XbenKFMrG471u0wiNJ-_-14" connectable="0" parent="XbenKFMrG471u0wiNJ-_-9" style="edgeLabel;html=1;align=center;verticalAlign=middle;resizable=0;points=[];fontFamily=Helvetica;fontSize=10;fontColor=default;fontStyle=0;labelBackgroundColor=#FFF9C4;" value="&lt;span style=&quot;background-color: light-dark(rgb(255, 255, 255), rgb(255, 229, 153));&quot;&gt;Вызов&lt;/span&gt;" vertex="1">
          <mxGeometry relative="1" x="0.3441" y="-1" as="geometry">
            <mxPoint as="offset" />
          </mxGeometry>
        </mxCell>
        <mxCell id="XbenKFMrG471u0wiNJ-_-11" edge="1" parent="1" source="task-deliver" style="edgeStyle=orthogonalEdgeStyle;rounded=0;orthogonalLoop=1;jettySize=auto;html=1;entryX=0.879;entryY=1.032;entryDx=0;entryDy=0;entryPerimeter=0;dashed=1;dashPattern=8 8;" target="task-close1">
          <mxGeometry relative="1" as="geometry">
            <Array as="points">
              <mxPoint x="1315" y="430" />
              <mxPoint x="1306" y="430" />
            </Array>
          </mxGeometry>
        </mxCell>
-         <mxCell id="XbenKFMrG471u0wiNJ-_-12" connectable="0" parent="XbenKFMrG471u0wiNJ-_-11" style="edgeLabel;html=1;align=center;verticalAlign=middle;resizable=0;points=[];" value="Text" vertex="1">
-           <mxGeometry relative="1" x="0.4763" y="2" as="geometry">
-             <mxPoint as="offset" />
-           </mxGeometry>
-         </mxCell>
-         <mxCell id="XbenKFMrG471u0wiNJ-_-13" connectable="0" parent="XbenKFMrG471u0wiNJ-_-11" style="edgeLabel;html=1;align=center;verticalAlign=middle;resizable=0;points=[];" value="Доставка" vertex="1">
-           <mxGeometry relative="1" x="0.4763" y="-1" as="geometry">
+         <mxCell id="opargp484cUW6CwqKx2q-6" connectable="0" parent="XbenKFMrG471u0wiNJ-_-11" style="edgeLabel;html=1;align=center;verticalAlign=middle;resizable=0;points=[];fontFamily=Helvetica;fontSize=10;fontColor=default;fontStyle=0;labelBackgroundColor=#FFF9C4;" value="Доставка" vertex="1">
+           <mxGeometry relative="1" x="0.3684" y="1" as="geometry">
            <mxPoint as="offset" />
          </mxGeometry>
        </mxCell>
        <mxCell id="XbenKFMrG471u0wiNJ-_-15" edge="1" parent="1" source="task-close1" style="edgeStyle=orthogonalEdgeStyle;rounded=0;orthogonalLoop=1;jettySize=auto;html=1;entryX=0.5;entryY=1;entryDx=0;entryDy=0;dashed=1;dashPattern=8 8;" target="task-receive">
          <mxGeometry relative="1" as="geometry" />
        </mxCell>
-         <mxCell id="XbenKFMrG471u0wiNJ-_-16" connectable="0" parent="XbenKFMrG471u0wiNJ-_-15" style="edgeLabel;html=1;align=center;verticalAlign=middle;resizable=0;points=[];" value="Выдача оборудования" vertex="1">
+         <mxCell id="XbenKFMrG471u0wiNJ-_-16" connectable="0" parent="XbenKFMrG471u0wiNJ-_-15" style="edgeLabel;html=1;align=center;verticalAlign=middle;resizable=0;points=[];fontFamily=Helvetica;fontSize=10;fontColor=default;fontStyle=0;labelBackgroundColor=#FFF9C4;" value="Выдача оборудования" vertex="1">
          <mxGeometry relative="1" x="0.0653" y="-1" as="geometry">
            <mxPoint as="offset" />
          </mxGeometry>
        </mxCell>
        <mxCell id="XbenKFMrG471u0wiNJ-_-20" edge="1" parent="1" source="task-ship" style="edgeStyle=orthogonalEdgeStyle;rounded=0;orthogonalLoop=1;jettySize=auto;html=1;entryX=0.5;entryY=1;entryDx=0;entryDy=0;dashed=1;dashPattern=8 8;" target="event-receive">
          <mxGeometry relative="1" as="geometry">
            <mxPoint x="1373" y="504" as="targetPoint" />
          </mxGeometry>
        </mxCell>
-         <mxCell id="XbenKFMrG471u0wiNJ-_-21" connectable="0" parent="XbenKFMrG471u0wiNJ-_-20" style="edgeLabel;html=1;align=center;verticalAlign=middle;resizable=0;points=[];" value="Поставщик привез" vertex="1">
+         <mxCell id="XbenKFMrG471u0wiNJ-_-21" connectable="0" parent="XbenKFMrG471u0wiNJ-_-20" style="edgeLabel;html=1;align=center;verticalAlign=middle;resizable=0;points=[];fontFamily=Helvetica;fontSize=10;fontColor=default;fontStyle=0;labelBackgroundColor=#FFF9C4;" value="Поставщик привез" vertex="1">
          <mxGeometry relative="1" x="0.3741" as="geometry">
            <mxPoint as="offset" />
          </mxGeometry>
        </mxCell>
-         <mxCell id="mf4" edge="1" parent="1" source="task-call-log-no" style="edgeStyle=orthogonalEdgeStyle;rounded=0;orthogonalLoop=1;jettySize=auto;html=1;strokeColor=#666666;strokeWidth=1.5;dashed=1;dashPattern=6 4;startArrow=oval;startFill=0;startSize=5;endArrow=block;endFill=0;endSize=5;fontSize=9;labelBackgroundColor=#F3E5F5;exitX=1;exitY=0.5;exitDx=0;exitDy=0;entryX=0.5;entryY=1;entryDx=0;entryDy=0;" target="start-log" value="Вызов">
+         <mxCell id="mf4" edge="1" parent="1" source="task-call-log-no" style="edgeStyle=orthogonalEdgeStyle;rounded=0;orthogonalLoop=1;jettySize=auto;html=1;strokeColor=#666666;strokeWidth=1.5;dashed=1;dashPattern=6 4;startArrow=oval;startFill=0;startSize=5;endArrow=block;endFill=0;endSize=5;fontSize=10;labelBackgroundColor=#FFF9C4;exitX=1;exitY=0.5;exitDx=0;exitDy=0;entryX=0.5;entryY=1;entryDx=0;entryDy=0;fontFamily=Helvetica;fontColor=default;fontStyle=0;align=center;verticalAlign=middle;" target="start-log" value="Вызов">
          <mxGeometry relative="1" as="geometry">
            <Array as="points">
              <mxPoint x="1567" y="355" />
              <mxPoint x="1567" y="640" />
              <mxPoint x="1200" y="640" />
              <mxPoint x="1200" y="630" />
              <mxPoint x="1203" y="630" />
            </Array>
            <mxPoint x="1567" y="390" as="sourcePoint" />
            <mxPoint x="1320" y="630" as="targetPoint" />
          </mxGeometry>
        </mxCell>
      </root>
    </mxGraphModel>
  </diagram>
</mxfile>
